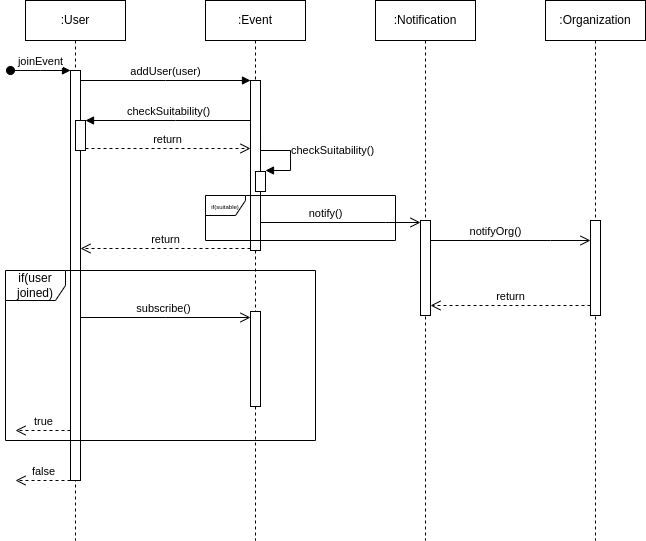
The draw.io diagram project/UMLsequenceDiagramJoinEvent.drawio.png in josura/HCI, before a commit. Source tidied: cells renumbered, new cells last; positions are measured from the earlier drawing's top-left corner, leaving out a move shared by most shapes. Its diagram source:
```xml
<mxGraphModel>
  <root>
    <mxCell id="0" />
    <mxCell id="1" parent="0" />
    <mxCell id="2" value=":User" style="shape=umlLifeline;perimeter=lifelinePerimeter;whiteSpace=wrap;html=1;newEdgeStyle={&quot;edgeStyle&quot;:&quot;elbowEdgeStyle&quot;,&quot;elbow&quot;:&quot;vertical&quot;,&quot;curved&quot;:0,&quot;rounded&quot;:0};" parent="1" vertex="1">
      <mxGeometry x="20" width="100" height="540" as="geometry" />
    </mxCell>
    <mxCell id="3" style="html=1;points=[];perimeter=orthogonalPerimeter;outlineConnect=0;targetShapes=umlLifeline;portConstraint=eastwest;newEdgeStyle={&quot;edgeStyle&quot;:&quot;elbowEdgeStyle&quot;,&quot;elbow&quot;:&quot;vertical&quot;,&quot;curved&quot;:0,&quot;rounded&quot;:0};" parent="2" vertex="1">
      <mxGeometry x="45" y="70" width="10" height="410" as="geometry" />
    </mxCell>
    <mxCell id="4" value="joinEvent" style="html=1;verticalAlign=bottom;startArrow=oval;endArrow=block;startSize=8;edgeStyle=elbowEdgeStyle;elbow=vertical;curved=0;rounded=0;" parent="2" edge="1" target="3">
      <mxGeometry relative="1" as="geometry">
        <mxPoint x="-15" y="70" as="sourcePoint" />
      </mxGeometry>
    </mxCell>
    <mxCell id="5" style="html=1;points=[];perimeter=orthogonalPerimeter;outlineConnect=0;targetShapes=umlLifeline;portConstraint=eastwest;newEdgeStyle={&quot;edgeStyle&quot;:&quot;elbowEdgeStyle&quot;,&quot;elbow&quot;:&quot;vertical&quot;,&quot;curved&quot;:0,&quot;rounded&quot;:0};" parent="2" vertex="1">
      <mxGeometry x="50" y="120" width="10" height="30" as="geometry" />
    </mxCell>
    <mxCell id="6" value=":Event" style="shape=umlLifeline;perimeter=lifelinePerimeter;whiteSpace=wrap;html=1;newEdgeStyle={&quot;edgeStyle&quot;:&quot;elbowEdgeStyle&quot;,&quot;elbow&quot;:&quot;vertical&quot;,&quot;curved&quot;:0,&quot;rounded&quot;:0};" parent="1" vertex="1">
      <mxGeometry x="200" width="100" height="540" as="geometry" />
    </mxCell>
    <mxCell id="7" style="html=1;points=[];perimeter=orthogonalPerimeter;outlineConnect=0;targetShapes=umlLifeline;portConstraint=eastwest;newEdgeStyle={&quot;edgeStyle&quot;:&quot;elbowEdgeStyle&quot;,&quot;elbow&quot;:&quot;vertical&quot;,&quot;curved&quot;:0,&quot;rounded&quot;:0};" parent="6" vertex="1">
      <mxGeometry x="45" y="80" width="10" height="170" as="geometry" />
    </mxCell>
    <mxCell id="8" style="html=1;points=[];perimeter=orthogonalPerimeter;outlineConnect=0;targetShapes=umlLifeline;portConstraint=eastwest;newEdgeStyle={&quot;edgeStyle&quot;:&quot;elbowEdgeStyle&quot;,&quot;elbow&quot;:&quot;vertical&quot;,&quot;curved&quot;:0,&quot;rounded&quot;:0};" parent="6" vertex="1">
      <mxGeometry x="45" y="311" width="10" height="95" as="geometry" />
    </mxCell>
    <mxCell id="9" style="html=1;perimeter=orthogonalPerimeter;targetShapes=umlLifeline;newEdgeStyle={&quot;edgeStyle&quot;:&quot;elbowEdgeStyle&quot;,&quot;elbow&quot;:&quot;vertical&quot;,&quot;curved&quot;:0,&quot;rounded&quot;:0};" parent="6" vertex="1">
      <mxGeometry x="50" y="171" width="10" height="20" as="geometry" />
    </mxCell>
    <mxCell id="10" value="checkSuitability()" style="html=1;align=left;spacingLeft=2;endArrow=block;rounded=0;edgeStyle=orthogonalEdgeStyle;curved=0;rounded=0;" parent="6" edge="1">
      <mxGeometry relative="1" as="geometry">
        <mxPoint x="55" y="130" as="sourcePoint" />
        <mxPoint x="60" y="170" as="targetPoint" />
        <Array as="points">
          <mxPoint x="55" y="150" />
          <mxPoint x="85" y="150" />
          <mxPoint x="85" y="170" />
        </Array>
      </mxGeometry>
    </mxCell>
    <mxCell id="11" value="addUser(user)" style="html=1;verticalAlign=bottom;endArrow=block;edgeStyle=elbowEdgeStyle;elbow=vertical;curved=0;rounded=0;" parent="1" edge="1" source="3" target="7">
      <mxGeometry relative="1" as="geometry">
        <Array as="points">
          <mxPoint x="160" y="80" />
        </Array>
      </mxGeometry>
    </mxCell>
    <mxCell id="12" value="return" style="html=1;verticalAlign=bottom;endArrow=open;dashed=1;endSize=8;edgeStyle=elbowEdgeStyle;elbow=vertical;curved=0;rounded=0;" parent="1" edge="1">
      <mxGeometry relative="1" as="geometry">
        <mxPoint x="245" y="248" as="sourcePoint" />
        <mxPoint x="75" y="248" as="targetPoint" />
        <Array as="points">
          <mxPoint x="170" y="248" />
        </Array>
      </mxGeometry>
    </mxCell>
    <mxCell id="13" value="checkSuitability()" style="html=1;verticalAlign=bottom;endArrow=block;edgeStyle=elbowEdgeStyle;elbow=vertical;curved=0;rounded=0;" parent="1" edge="1" source="7" target="5">
      <mxGeometry relative="1" as="geometry">
        <Array as="points">
          <mxPoint x="170" y="120" />
        </Array>
      </mxGeometry>
    </mxCell>
    <mxCell id="14" value="return" style="html=1;verticalAlign=bottom;endArrow=open;dashed=1;endSize=8;edgeStyle=elbowEdgeStyle;elbow=vertical;curved=0;rounded=0;" parent="1" edge="1">
      <mxGeometry relative="1" as="geometry">
        <mxPoint x="80" y="148" as="sourcePoint" />
        <mxPoint x="245" y="148" as="targetPoint" />
        <Array as="points">
          <mxPoint x="160" y="148" />
        </Array>
      </mxGeometry>
    </mxCell>
    <mxCell id="15" value="if(user joined)" style="shape=umlFrame;whiteSpace=wrap;html=1;" parent="1" vertex="1">
      <mxGeometry y="270" width="310" height="170" as="geometry" />
    </mxCell>
    <mxCell id="16" value=":Notification" style="shape=umlLifeline;perimeter=lifelinePerimeter;whiteSpace=wrap;html=1;newEdgeStyle={&quot;edgeStyle&quot;:&quot;elbowEdgeStyle&quot;,&quot;elbow&quot;:&quot;vertical&quot;,&quot;curved&quot;:0,&quot;rounded&quot;:0};" parent="1" vertex="1">
      <mxGeometry x="370" width="100" height="540" as="geometry" />
    </mxCell>
    <mxCell id="17" style="html=1;points=[];perimeter=orthogonalPerimeter;outlineConnect=0;targetShapes=umlLifeline;portConstraint=eastwest;newEdgeStyle={&quot;edgeStyle&quot;:&quot;elbowEdgeStyle&quot;,&quot;elbow&quot;:&quot;vertical&quot;,&quot;curved&quot;:0,&quot;rounded&quot;:0};" parent="16" vertex="1">
      <mxGeometry x="45" y="220" width="10" height="95" as="geometry" />
    </mxCell>
    <mxCell id="18" style="html=1;verticalAlign=bottom;endArrow=open;endSize=8;edgeStyle=elbowEdgeStyle;elbow=vertical;curved=0;rounded=0;" parent="1" edge="1" target="8">
      <mxGeometry x="-0.21" relative="1" as="geometry">
        <mxPoint x="75" y="317" as="sourcePoint" />
        <Array as="points">
          <mxPoint x="160" y="317" />
        </Array>
      </mxGeometry>
    </mxCell>
    <mxCell id="19" value="subscribe()" style="edgeLabel;html=1;align=center;verticalAlign=middle;" parent="18" vertex="1">
      <mxGeometry x="-0.12" y="-2" relative="1" as="geometry">
        <mxPoint x="8" y="-11" as="offset" />
      </mxGeometry>
    </mxCell>
    <mxCell id="20" value=":Organization" style="shape=umlLifeline;perimeter=lifelinePerimeter;whiteSpace=wrap;html=1;newEdgeStyle={&quot;edgeStyle&quot;:&quot;elbowEdgeStyle&quot;,&quot;elbow&quot;:&quot;vertical&quot;,&quot;curved&quot;:0,&quot;rounded&quot;:0};" parent="1" vertex="1">
      <mxGeometry x="540" width="100" height="540" as="geometry" />
    </mxCell>
    <mxCell id="21" style="html=1;points=[];perimeter=orthogonalPerimeter;outlineConnect=0;targetShapes=umlLifeline;portConstraint=eastwest;newEdgeStyle={&quot;edgeStyle&quot;:&quot;elbowEdgeStyle&quot;,&quot;elbow&quot;:&quot;vertical&quot;,&quot;curved&quot;:0,&quot;rounded&quot;:0};" parent="20" vertex="1">
      <mxGeometry x="45" y="220" width="10" height="95" as="geometry" />
    </mxCell>
    <mxCell id="22" value="notifyOrg()" style="html=1;verticalAlign=bottom;endArrow=open;endSize=8;edgeStyle=elbowEdgeStyle;elbow=vertical;curved=0;rounded=0;" parent="1" edge="1" source="17" target="21">
      <mxGeometry x="-0.19" relative="1" as="geometry">
        <Array as="points">
          <mxPoint x="545" y="240" />
        </Array>
      </mxGeometry>
    </mxCell>
    <mxCell id="23" value="return" style="html=1;verticalAlign=bottom;endArrow=open;dashed=1;endSize=8;edgeStyle=elbowEdgeStyle;elbow=vertical;curved=0;rounded=0;" parent="1" edge="1" source="21" target="17">
      <mxGeometry relative="1" as="geometry">
        <Array as="points">
          <mxPoint x="515" y="305" />
        </Array>
      </mxGeometry>
    </mxCell>
    <mxCell id="24" value="notify()" style="html=1;verticalAlign=bottom;endArrow=open;endSize=8;edgeStyle=elbowEdgeStyle;elbow=vertical;curved=0;rounded=0;" parent="1" edge="1">
      <mxGeometry x="-0.19" relative="1" as="geometry">
        <mxPoint x="255" y="222" as="sourcePoint" />
        <mxPoint x="415" y="222" as="targetPoint" />
        <Array as="points">
          <mxPoint x="380" y="222" />
        </Array>
      </mxGeometry>
    </mxCell>
    <mxCell id="25" value="true" style="html=1;verticalAlign=bottom;endArrow=open;dashed=1;endSize=8;edgeStyle=elbowEdgeStyle;elbow=vertical;curved=0;rounded=0;" parent="1" edge="1" source="3">
      <mxGeometry relative="1" as="geometry">
        <mxPoint x="10" y="430" as="targetPoint" />
        <Array as="points">
          <mxPoint x="10" y="430" />
        </Array>
      </mxGeometry>
    </mxCell>
    <mxCell id="26" value="&lt;font style=&quot;font-size: 6px;&quot;&gt;if(suitable)&lt;/font&gt;" style="shape=umlFrame;whiteSpace=wrap;html=1;width=40;height=20;" parent="1" vertex="1">
      <mxGeometry x="200" y="195" width="190" height="45" as="geometry" />
    </mxCell>
    <mxCell id="27" value="false" style="html=1;verticalAlign=bottom;endArrow=open;dashed=1;endSize=8;edgeStyle=elbowEdgeStyle;elbow=vertical;curved=0;rounded=0;" parent="1" edge="1">
      <mxGeometry relative="1" as="geometry">
        <mxPoint x="65" y="480" as="sourcePoint" />
        <mxPoint x="10" y="480" as="targetPoint" />
        <Array as="points">
          <mxPoint x="10" y="480" />
        </Array>
      </mxGeometry>
    </mxCell>
  </root>
</mxGraphModel>
```
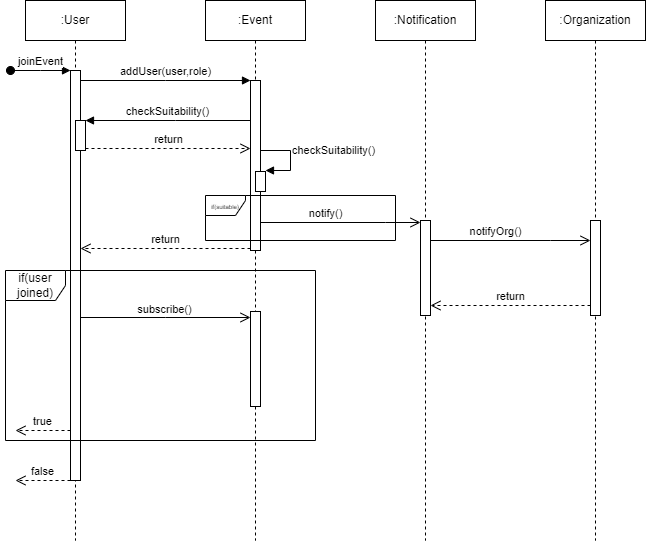
Later version of the same file.

Change to the diagram source:
```diff
@@ -39,7 +39,7 @@
         </Array>
       </mxGeometry>
     </mxCell>
-    <mxCell id="11" value="addUser(user)" style="html=1;verticalAlign=bottom;endArrow=block;edgeStyle=elbowEdgeStyle;elbow=vertical;curved=0;rounded=0;" parent="1" edge="1" source="3" target="7">
+    <mxCell id="11" value="addUser(user,role)" style="html=1;verticalAlign=bottom;endArrow=block;edgeStyle=elbowEdgeStyle;elbow=vertical;curved=0;rounded=0;" parent="1" edge="1" source="3" target="7">
       <mxGeometry relative="1" as="geometry">
         <Array as="points">
           <mxPoint x="160" y="80" />
```
